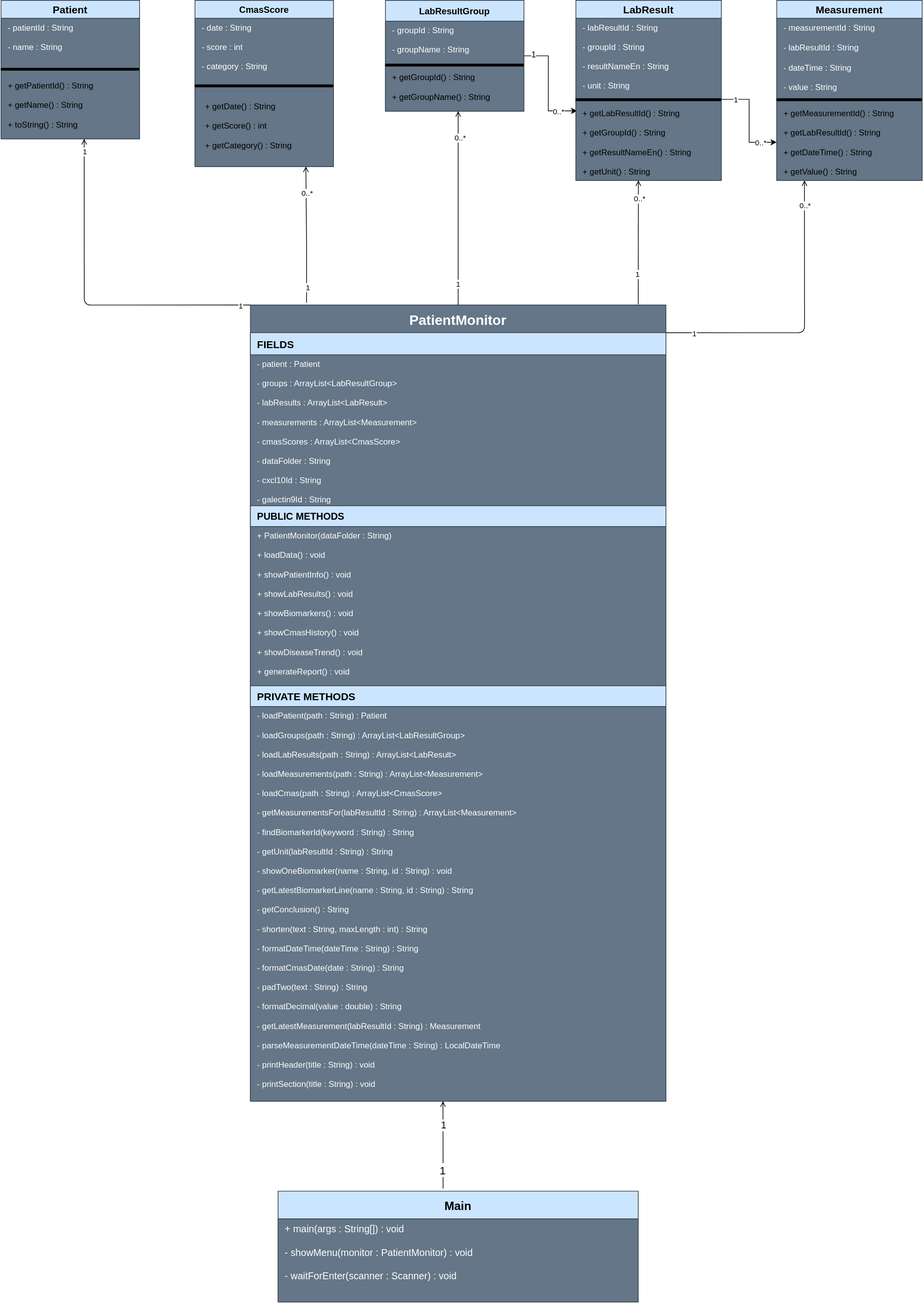
Above: docs/UML_Diagram.svg in Parniyan2004/jdm_patient_monitoring_system (draw.io), before the change. Source tidied: cells renumbered, new cells last; positions are measured from the earlier drawing's top-left corner, leaving out a move shared by most shapes.
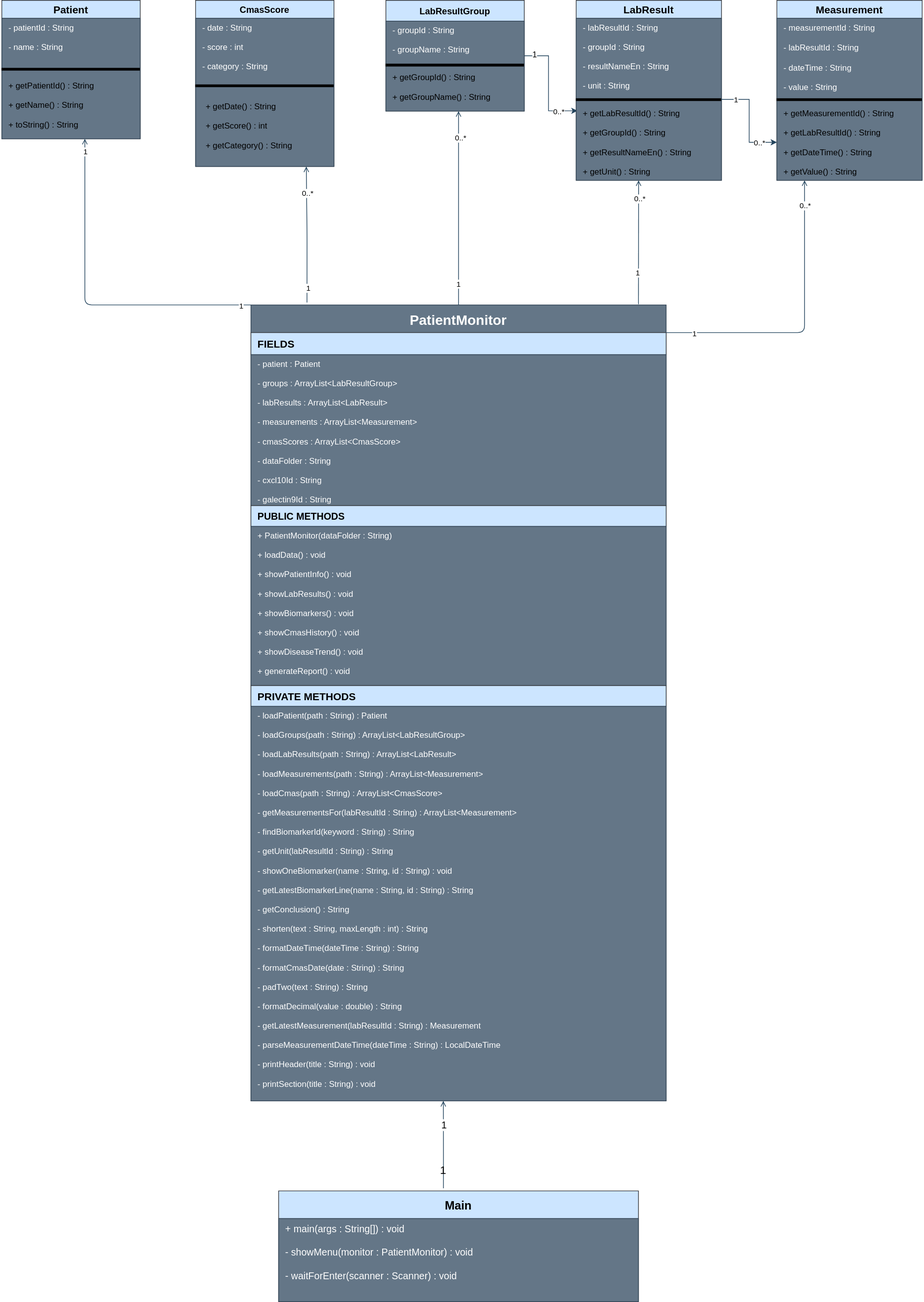
The same file after the commit.

Commit message:
Update UML design

Diff of the diagram source:
```diff
@@ -14,7 +14,7 @@
     <mxCell id="5" value="+ getPatientId() : String&#10;&#10;+ getName() : String&#10;&#10;+ toString() : String" style="text;strokeColor=none;fillColor=none;align=left;verticalAlign=top;spacingLeft=8;fontSize=12;" parent="2" vertex="1">
       <mxGeometry y="110" width="200" height="70" as="geometry" />
     </mxCell>
-    <mxCell id="6" style="edgeStyle=orthogonalEdgeStyle;rounded=0;jettySize=auto;html=1;entryX=0.009;entryY=0.571;entryDx=0;entryDy=0;entryPerimeter=0;" parent="1" edge="1" source="9" target="14">
+    <mxCell id="6" style="edgeStyle=orthogonalEdgeStyle;rounded=0;jettySize=auto;html=1;entryX=0.009;entryY=0.571;entryDx=0;entryDy=0;entryPerimeter=0;strokeColor=#23445d;fillColor=#bac8d3;" parent="1" edge="1" source="9" target="14">
       <mxGeometry relative="1" as="geometry">
         <Array as="points">
           <mxPoint x="790" y="80" />
@@ -106,7 +106,7 @@
     <mxCell id="34" value="+ main(args : String[]) : void&#10;&#10;- showMenu(monitor : PatientMonitor) : void&#10;&#10;- waitForEnter(scanner : Scanner) : void" style="text;strokeColor=#314354;fillColor=#647687;align=left;verticalAlign=top;spacingLeft=8;fontSize=14;fontColor=#ffffff;" parent="33" vertex="1">
       <mxGeometry y="40" width="520" height="120" as="geometry" />
     </mxCell>
-    <mxCell id="35" value="1" style="edgeStyle=orthogonalEdgeStyle;endArrow=open;endFill=0;fontSize=16;exitX=0.458;exitY=-0.024;exitDx=0;exitDy=0;exitPerimeter=0;" parent="1" edge="1" source="33">
+    <mxCell id="35" value="1" style="edgeStyle=orthogonalEdgeStyle;endArrow=open;endFill=0;fontSize=16;exitX=0.458;exitY=-0.024;exitDx=0;exitDy=0;exitPerimeter=0;labelBackgroundColor=none;fontColor=light-dark(#000000, #ffffff);fillColor=#bac8d3;strokeColor=#23445d;" parent="1" edge="1" source="33">
       <mxGeometry x="-0.58" relative="1" as="geometry">
         <mxPoint x="638" y="1590" as="targetPoint" />
       </mxGeometry>
@@ -116,7 +116,7 @@
         <mxPoint y="-1" as="offset" />
       </mxGeometry>
     </mxCell>
-    <mxCell id="37" style="edgeStyle=orthogonalEdgeStyle;endArrow=open;endFill=0;startArrow=ERmanyToOne;startFill=0;fontSize=15;exitX=0;exitY=0;exitDx=0;exitDy=0;" parent="1" edge="1" source="25">
+    <mxCell id="37" style="edgeStyle=orthogonalEdgeStyle;endArrow=open;endFill=0;startArrow=ERmanyToOne;startFill=0;fontSize=15;exitX=0;exitY=0;exitDx=0;exitDy=0;fillColor=#bac8d3;strokeColor=#23445d;" parent="1" edge="1" source="25">
       <mxGeometry relative="1" as="geometry">
         <mxPoint x="120" y="200" as="targetPoint" />
         <Array as="points">
@@ -130,7 +130,7 @@
     <mxCell id="39" value="1" style="edgeLabel;html=1;align=center;verticalAlign=middle;" parent="37" vertex="1">
       <mxGeometry x="0.92" relative="1" as="geometry" />
     </mxCell>
-    <mxCell id="40" style="edgeStyle=orthogonalEdgeStyle;endArrow=open;endFill=0;startArrow=ERmanyToOne;startFill=0;fontSize=15;" parent="1" edge="1" source="25" target="9">
+    <mxCell id="40" style="edgeStyle=orthogonalEdgeStyle;endArrow=open;endFill=0;startArrow=ERmanyToOne;startFill=0;fontSize=15;strokeColor=#23445d;fillColor=#bac8d3;" parent="1" edge="1" source="25" target="9">
       <mxGeometry relative="1" as="geometry">
         <Array as="points">
           <mxPoint x="680" y="520" />
@@ -144,7 +144,7 @@
     <mxCell id="42" value="&lt;div&gt;0..*&lt;/div&gt;" style="edgeLabel;html=1;align=center;verticalAlign=middle;" parent="40" vertex="1">
       <mxGeometry x="0.72" y="-2" relative="1" as="geometry" />
     </mxCell>
-    <mxCell id="43" style="edgeStyle=orthogonalEdgeStyle;endArrow=open;endFill=0;startArrow=ERmanyToOne;startFill=0;fontSize=15;entryX=0.477;entryY=1.025;entryDx=0;entryDy=0;entryPerimeter=0;" parent="1" edge="1">
+    <mxCell id="43" style="edgeStyle=orthogonalEdgeStyle;endArrow=open;endFill=0;startArrow=ERmanyToOne;startFill=0;fontSize=15;entryX=0.477;entryY=1.025;entryDx=0;entryDy=0;entryPerimeter=0;strokeColor=#23445d;fillColor=#bac8d3;" parent="1" edge="1">
       <mxGeometry relative="1" as="geometry">
         <mxPoint x="920" y="439" as="sourcePoint" />
         <mxPoint x="920.2" y="260" as="targetPoint" />
@@ -159,7 +159,7 @@
     <mxCell id="45" value="&lt;div&gt;0..*&lt;/div&gt;" style="edgeLabel;html=1;align=center;verticalAlign=middle;" parent="43" vertex="1">
       <mxGeometry x="0.7" y="-1" relative="1" as="geometry" />
     </mxCell>
-    <mxCell id="46" style="edgeStyle=orthogonalEdgeStyle;endArrow=open;endFill=0;startArrow=ERmanyToOne;startFill=0;fontSize=15;exitX=1;exitY=0;exitDx=0;exitDy=0;" parent="1" edge="1" source="26">
+    <mxCell id="46" style="edgeStyle=orthogonalEdgeStyle;endArrow=open;endFill=0;startArrow=ERmanyToOne;startFill=0;fontSize=15;exitX=1;exitY=0;exitDx=0;exitDy=0;fontColor=light-dark(#000000,#0C0C0C);strokeColor=#23445d;fillColor=#bac8d3;" parent="1" edge="1" source="26">
       <mxGeometry relative="1" as="geometry">
         <mxPoint x="1160" y="260" as="targetPoint" />
         <Array as="points">
@@ -173,7 +173,7 @@
     <mxCell id="48" value="&lt;div&gt;0..*&lt;/div&gt;" style="edgeLabel;html=1;align=center;verticalAlign=middle;" parent="46" vertex="1">
       <mxGeometry x="0.83" relative="1" as="geometry" />
     </mxCell>
-    <mxCell id="49" style="edgeStyle=orthogonalEdgeStyle;endArrow=open;endFill=0;startArrow=ERmanyToOne;startFill=0;fontSize=15;exitX=0.135;exitY=-0.003;exitDx=0;exitDy=0;exitPerimeter=0;" parent="1" edge="1" source="25">
+    <mxCell id="49" style="edgeStyle=orthogonalEdgeStyle;endArrow=open;endFill=0;startArrow=ERmanyToOne;startFill=0;fontSize=15;exitX=0.135;exitY=-0.003;exitDx=0;exitDy=0;exitPerimeter=0;strokeColor=#23445d;fillColor=#bac8d3;" parent="1" edge="1" source="25">
       <mxGeometry relative="1" as="geometry">
         <mxPoint x="440" y="240" as="targetPoint" />
       </mxGeometry>
@@ -184,7 +184,7 @@
     <mxCell id="51" value="0..*" style="edgeLabel;html=1;align=center;verticalAlign=middle;" parent="49" vertex="1">
       <mxGeometry x="0.62" y="-1" relative="1" as="geometry" />
     </mxCell>
-    <mxCell id="52" style="edgeStyle=orthogonalEdgeStyle;rounded=0;jettySize=auto;html=1;" parent="1" edge="1" source="14" target="20">
+    <mxCell id="52" style="edgeStyle=orthogonalEdgeStyle;rounded=0;jettySize=auto;html=1;strokeColor=#23445d;fillColor=#bac8d3;" parent="1" edge="1" source="14" target="20">
       <mxGeometry relative="1" as="geometry">
         <Array as="points">
           <mxPoint x="1080" y="143" />
```
